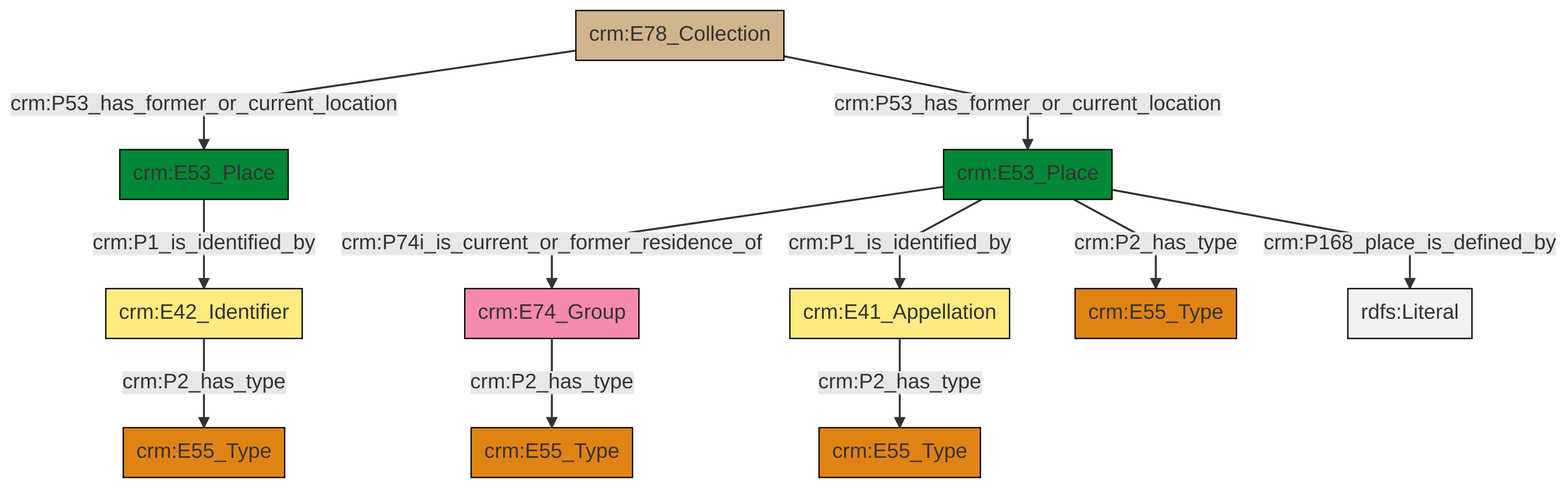
Above: et/archivalCSV/ttl/mmd/png/archival_location.png in swiss-art-research-net/docs.swissartresearch (Mermaid), before the change. Its source is kept beside it as et/archivalCSV/ttl/mmd/archival_location.ttl.mmd.
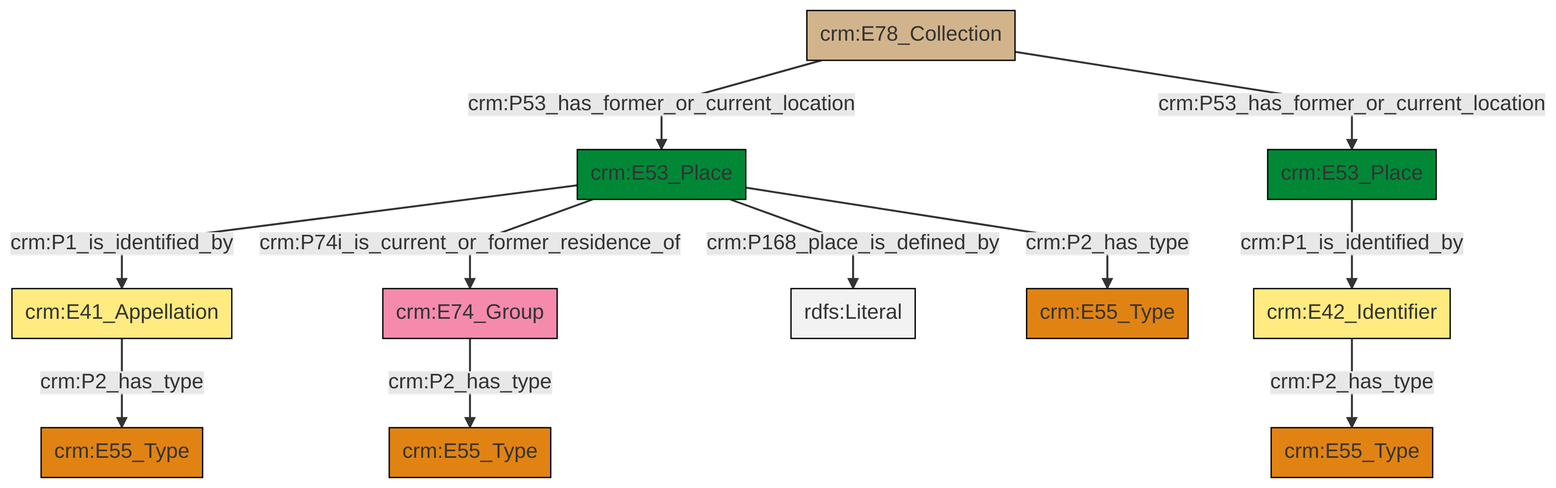
After the change.

The edit, as a diff of the source:
```diff
@@ -13,13 +13,13 @@
 classDef PC_Classes fill:#4ce600, stroke:#000000;
 classDef Multi fill:#cccccc,stroke:#000000;
 
+0["crm:E74_Group"]:::Actor -->|crm:P2_has_type| 1["crm:E55_Type"]:::Type
 2["crm:E78_Collection"]:::Physical_Thing -->|crm:P53_has_former_or_current_location| 3["crm:E53_Place"]:::Place
-0["crm:E74_Group"]:::Actor -->|crm:P2_has_type| 4["crm:E55_Type"]:::Type
-6["crm:E53_Place"]:::Place -->|crm:P74i_is_current_or_former_residence_of| 0["crm:E74_Group"]:::Actor
-6["crm:E53_Place"]:::Place -->|crm:P1_is_identified_by| 9["crm:E41_Appellation"]:::Appellation
-3["crm:E53_Place"]:::Place -->|crm:P1_is_identified_by| 10["crm:E42_Identifier"]:::Appellation
-2["crm:E78_Collection"]:::Physical_Thing -->|crm:P53_has_former_or_current_location| 6["crm:E53_Place"]:::Place
-9["crm:E41_Appellation"]:::Appellation -->|crm:P2_has_type| 7["crm:E55_Type"]:::Type
-6["crm:E53_Place"]:::Place -->|crm:P2_has_type| 14["crm:E55_Type"]:::Type
-10["crm:E42_Identifier"]:::Appellation -->|crm:P2_has_type| 12["crm:E55_Type"]:::Type
-6["crm:E53_Place"]:::Place -->|crm:P168_place_is_defined_by| 15[rdfs:Literal]:::Literal
+4["crm:E41_Appellation"]:::Appellation -->|crm:P2_has_type| 5["crm:E55_Type"]:::Type
+2["crm:E78_Collection"]:::Physical_Thing -->|crm:P53_has_former_or_current_location| 14["crm:E53_Place"]:::Place
+3["crm:E53_Place"]:::Place -->|crm:P1_is_identified_by| 4["crm:E41_Appellation"]:::Appellation
+3["crm:E53_Place"]:::Place -->|crm:P74i_is_current_or_former_residence_of| 0["crm:E74_Group"]:::Actor
+14["crm:E53_Place"]:::Place -->|crm:P1_is_identified_by| 6["crm:E42_Identifier"]:::Appellation
+6["crm:E42_Identifier"]:::Appellation -->|crm:P2_has_type| 8["crm:E55_Type"]:::Type
+3["crm:E53_Place"]:::Place -->|crm:P168_place_is_defined_by| 23[rdfs:Literal]:::Literal
+3["crm:E53_Place"]:::Place -->|crm:P2_has_type| 12["crm:E55_Type"]:::Type
```
